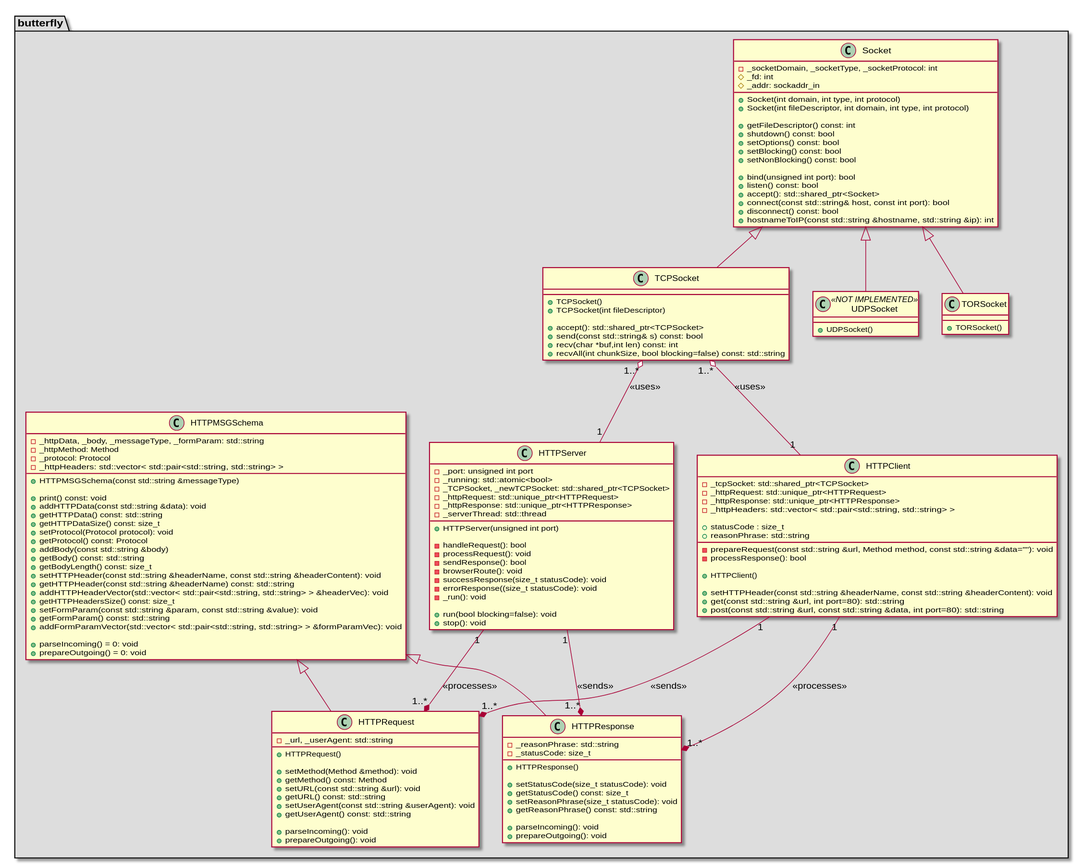
bierschi/butterfly keeps this PlantUML diagram as architecture/class_diagrams/httpServerClient.svg. Above is the earlier version.
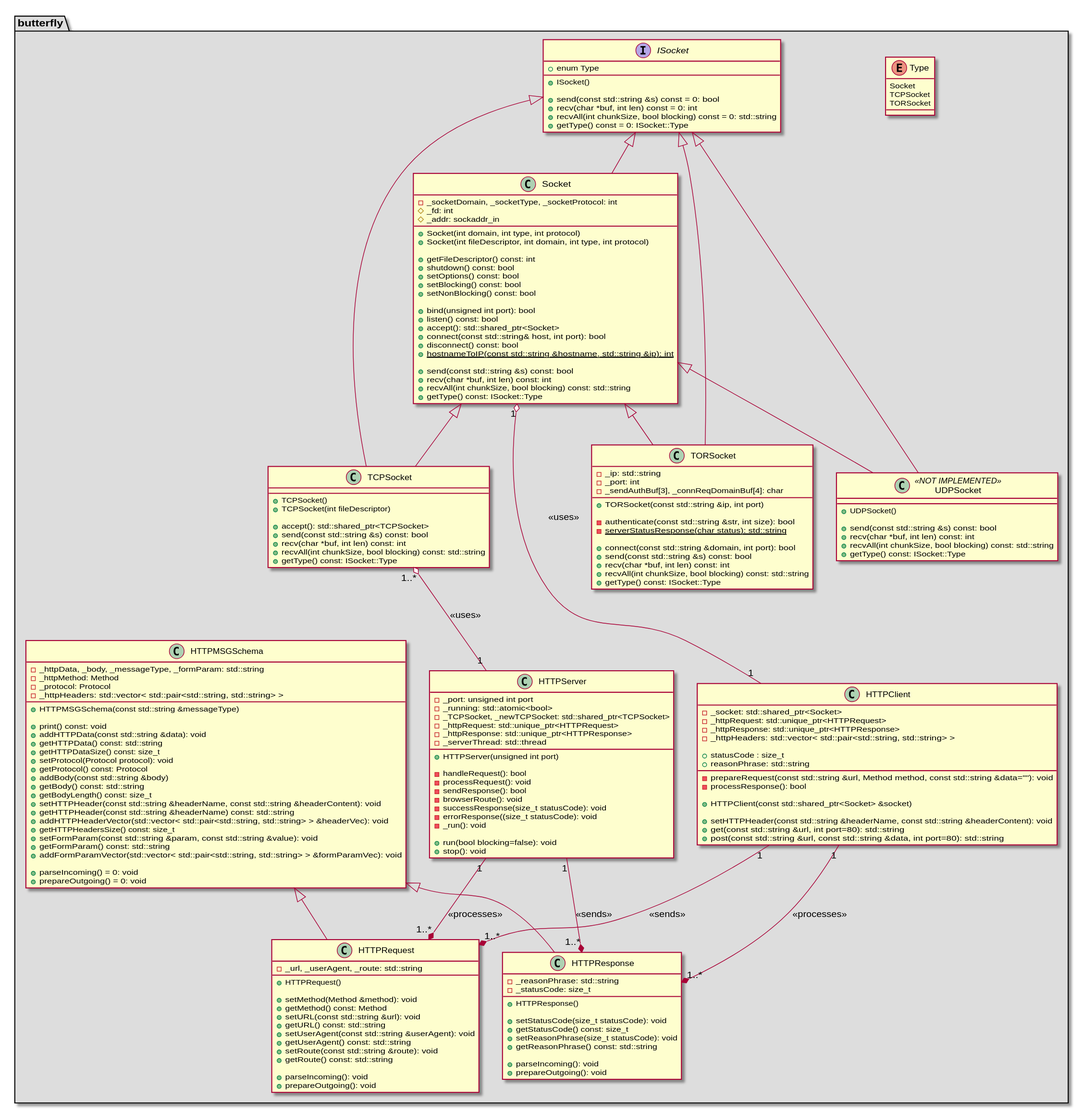
After the commit.

Commit message:
Updated the class diagrams in architecture

The edit, as a diff of the source:
```diff
@@ -2,6 +2,26 @@
 
 package butterfly #DDDDDD
 {
+
+enum Type
+{
+  Socket
+  TCPSocket
+  TORSocket
+}
+
+Interface ISocket
+{
+
+    + enum Type
+
+    + ISocket()
+
+    + send(const std::string &s) const = 0: bool
+    + recv(char *buf, int len) const = 0: int
+    + recvAll(int chunkSize, bool blocking) const = 0: std::string
+    + getType() const = 0: ISocket::Type
+}
 
 class Socket
 {
@@ -21,9 +41,14 @@
     + bind(unsigned int port): bool
     + listen() const: bool
     + accept(): std::shared_ptr<Socket>
-    + connect(const std::string& host, const int port): bool
+    + connect(const std::string& host, int port): bool
     + disconnect() const: bool
-    + hostnameToIP(const std::string &hostname, std::string &ip): int
+    + {static} hostnameToIP(const std::string &hostname, std::string &ip): int
+
+    + send(const std::string &s) const: bool
+    + recv(char *buf, int len) const: int
+    + recvAll(int chunkSize, bool blocking) const: std::string
+    + getType() const: ISocket::Type
 }
 
 class TCPSocket
@@ -33,21 +58,45 @@
     + TCPSocket(int fileDescriptor)
 
     + accept(): std::shared_ptr<TCPSocket>
-    + send(const std::string& s) const: bool
-    + recv(char *buf,int len) const: int
-    + recvAll(int chunkSize, bool blocking=false) const: std::string
+    + send(const std::string &s) const: bool
+    + recv(char *buf, int len) const: int
+    + recvAll(int chunkSize, bool blocking) const: std::string
+    + getType() const: ISocket::Type
+}
+
+class TORSocket
+{
+    - _ip: std::string
+    - _port: int
+    - _sendAuthBuf[3], _connReqDomainBuf[4]: char
+
+    + TORSocket(const std::string &ip, int port)
+
+    - authenticate(const std::string &str, int size): bool
+    - {static} serverStatusResponse(char status): std::string
+
+    + connect(const std::string &domain, int port): bool
+    + send(const std::string &s) const: bool
+    + recv(char *buf, int len) const: int
+    + recvAll(int chunkSize, bool blocking) const: std::string
+    + getType() const: ISocket::Type
 }
 
 class UDPSocket <<NOT IMPLEMENTED>>
 {
     + UDPSocket()
+
+    + send(const std::string &s) const: bool
+    + recv(char *buf, int len) const: int
+    + recvAll(int chunkSize, bool blocking) const: std::string
+    + getType() const: ISocket::Type
 }
 
-class TORSocket
-{
 
-    + TORSocket()
-}
+ISocket           <|-- Socket
+ISocket           <|-- TCPSocket
+ISocket           <|-- TORSocket
+ISocket           <|-- UDPSocket
 
 Socket            <|-- TCPSocket
 Socket            <|-- UDPSocket
@@ -83,7 +132,7 @@
 
 class HTTPClient
 {
-    - _tcpSocket: std::shared_ptr<TCPSocket>
+    - _socket: std::shared_ptr<Socket>
     - _httpRequest: std::unique_ptr<HTTPRequest>
     - _httpResponse: std::unique_ptr<HTTPResponse>
     - _httpHeaders: std::vector< std::pair<std::string, std::string> >
@@ -94,7 +143,7 @@
     - prepareRequest(const std::string &url, Method method, const std::string &data=""): void
     - processResponse(): bool
 
-    + HTTPClient()
+    + HTTPClient(const std::shared_ptr<Socket> &socket)
 
     + setHTTPHeader(const std::string &headerName, const std::string &headerContent): void
     + get(const std::string &url, int port=80): std::string
@@ -133,7 +182,7 @@
 
 class HTTPRequest
 {
-    - _url, _userAgent: std::string
+    - _url, _userAgent, _route: std::string
 
     + HTTPRequest()
 
@@ -143,6 +192,8 @@
     + getURL() const: std::string
     + setUserAgent(const std::string &userAgent): void
     + getUserAgent() const: std::string
+    + setRoute(const std::string &route): void
+    + getRoute() const: std::string
 
     + parseIncoming(): void
     + prepareOutgoing(): void
@@ -170,7 +221,7 @@
 }
 
 TCPSocket "1..*"  o--  "1" HTTPServer : <<uses>>
-TCPSocket "1..*"  o--  "1" HTTPClient : <<uses>>
+Socket "1"  o--  "1" HTTPClient : <<uses>>
 
 HTTPServer "1"    --* "1..*" HTTPRequest: <<processes>>
 HTTPServer "1"    --* "1..*" HTTPResponse: <<sends>>
```
